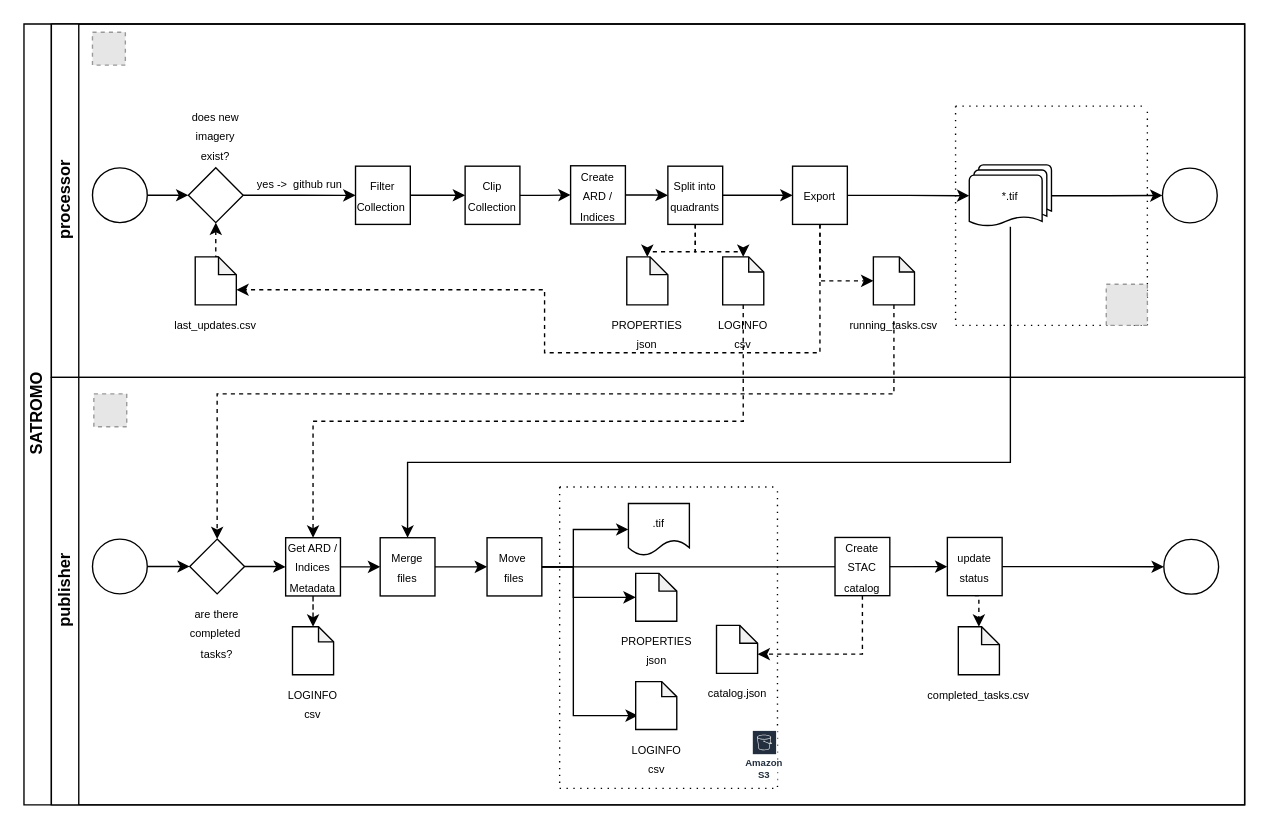
Earlier version of the draw.io diagram satromo_processor.drawio (swisstopo/topo-satromo). Source tidied: cells renumbered, new cells numbered last; positions are measured from the earlier drawing's top-left corner, leaving out a move shared by most shapes. Both pictures are drawn from the tidied source at 137%, with x=0, y=0 at pixel (23, 23). Pictures stored in the file or linked from it are replaced by grey dashed boxes.
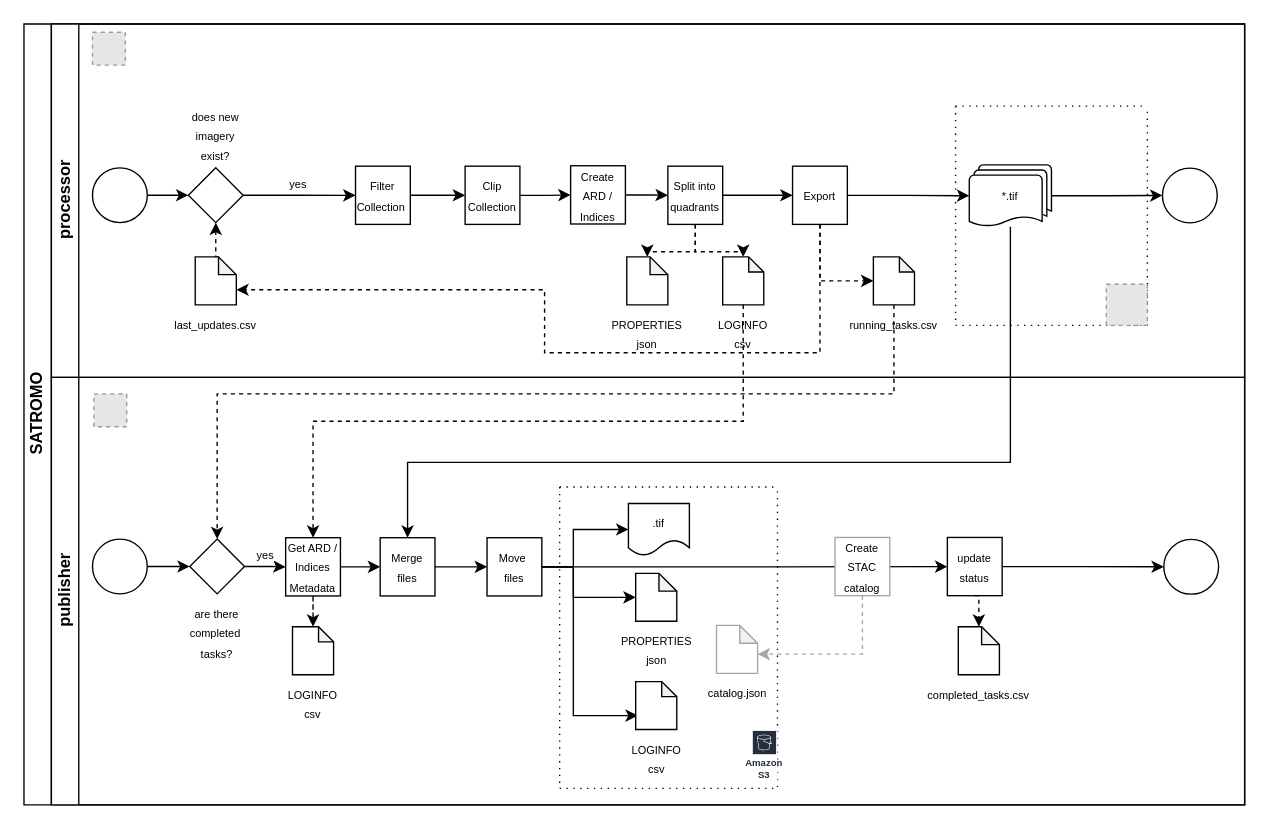
After the change.

The change refers to these unchanged cells:
```xml
<mxCell id="3" value="processor" style="swimlane;html=1;startSize=20;horizontal=0;" parent="2" vertex="1">
  <mxGeometry x="20" width="871" height="258" as="geometry" />
</mxCell>
<mxCell id="8" value="&lt;font style=&quot;font-size: 8px;&quot;&gt;does&amp;nbsp;new imagery exist?&lt;/font&gt;" style="rhombus;whiteSpace=wrap;html=1;fontFamily=Helvetica;fontSize=12;fontColor=#000000;align=center;verticalAlign=bottom;labelPosition=center;verticalLabelPosition=top;" parent="3" vertex="1">
  <mxGeometry x="100" y="105" width="40" height="40" as="geometry" />
</mxCell>
<mxCell id="9" value="&lt;font style=&quot;font-size: 8px;&quot;&gt;Filter Collection&amp;nbsp;&lt;/font&gt;" style="rounded=0;whiteSpace=wrap;html=1;fontFamily=Helvetica;fontSize=12;fontColor=#000000;align=center;" parent="3" vertex="1">
  <mxGeometry x="222" y="103.8" width="40" height="42.5" as="geometry" />
</mxCell>
<mxCell id="31" value="publisher" style="swimlane;html=1;startSize=20;horizontal=0;" parent="2" vertex="1">
  <mxGeometry x="20" y="258" width="871" height="312" as="geometry" />
</mxCell>
<mxCell id="35" value="&lt;span style=&quot;font-size: 8px;&quot;&gt;are there completed&amp;nbsp; tasks?&lt;/span&gt;" style="rhombus;whiteSpace=wrap;html=1;fontFamily=Helvetica;fontSize=12;fontColor=#000000;align=center;verticalAlign=top;labelPosition=center;verticalLabelPosition=bottom;" parent="31" vertex="1">
  <mxGeometry x="101" y="118" width="40" height="40" as="geometry" />
</mxCell>
<mxCell id="37" value="&lt;font style=&quot;font-size: 8px;&quot;&gt;Get ARD / Indices Metadata&lt;/font&gt;" style="rounded=0;whiteSpace=wrap;html=1;fontFamily=Helvetica;fontSize=12;fontColor=#000000;align=center;" parent="31" vertex="1">
  <mxGeometry x="171" y="117" width="40" height="42.5" as="geometry" />
</mxCell>
<mxCell id="44" style="swimlane;startSize=0;dashed=1;dashPattern=1 4;" parent="31" vertex="1">
  <mxGeometry x="371" y="80" width="159" height="220" as="geometry" />
</mxCell>
```

What changed in the source:
```diff
@@
-    <mxCell id="7" value="yes -&amp;gt;&amp;nbsp; github run" style="edgeStyle=orthogonalEdgeStyle;rounded=0;jettySize=auto;html=1;exitX=1;exitY=0.5;exitDx=0;exitDy=0;labelPosition=center;verticalLabelPosition=top;align=center;verticalAlign=bottom;fontSize=8;" parent="3" edge="1" source="8" target="9">
+    <mxCell id="7" value="yes&amp;nbsp;" style="edgeStyle=orthogonalEdgeStyle;rounded=0;jettySize=auto;html=1;exitX=1;exitY=0.5;exitDx=0;exitDy=0;labelPosition=center;verticalLabelPosition=top;align=center;verticalAlign=bottom;fontSize=8;" parent="3" edge="1" source="8" target="9">
       <mxGeometry relative="1" as="geometry" />
     </mxCell>
@@
-    <mxCell id="34" style="edgeStyle=orthogonalEdgeStyle;rounded=0;jettySize=auto;html=1;exitX=1;exitY=0.5;exitDx=0;exitDy=0;" parent="31" edge="1" source="35" target="37">
+    <mxCell id="34" value="&lt;font style=&quot;font-size: 8px;&quot;&gt;yes&lt;/font&gt;" style="edgeStyle=orthogonalEdgeStyle;rounded=0;jettySize=auto;html=1;exitX=1;exitY=0.5;exitDx=0;exitDy=0;labelPosition=center;verticalLabelPosition=top;align=center;verticalAlign=bottom;fontSize=8;" parent="31" edge="1" source="35" target="37">
       <mxGeometry relative="1" as="geometry" />
     </mxCell>
@@
-    <mxCell id="49" value="&lt;font style=&quot;font-size: 8px;&quot;&gt;catalog.json&lt;/font&gt;" style="shape=note;whiteSpace=wrap;html=1;backgroundOutline=1;darkOpacity=0.05;size=13;labelPosition=center;verticalLabelPosition=bottom;align=center;verticalAlign=top;" parent="44" vertex="1">
+    <mxCell id="49" value="&lt;font style=&quot;font-size: 8px;&quot;&gt;catalog.json&lt;/font&gt;" style="shape=note;whiteSpace=wrap;html=1;backgroundOutline=1;darkOpacity=0.05;size=13;labelPosition=center;verticalLabelPosition=bottom;align=center;verticalAlign=top;strokeColor=#a6a6a6;" parent="44" vertex="1">
       <mxGeometry x="114.5" y="101" width="30" height="35" as="geometry" />
     </mxCell>
@@
-    <mxCell id="64" style="edgeStyle=orthogonalEdgeStyle;rounded=0;jettySize=auto;html=1;dashed=1;" parent="1" edge="1" target="49">
+    <mxCell id="64" style="edgeStyle=orthogonalEdgeStyle;rounded=0;jettySize=auto;html=1;dashed=1;strokeColor=#a6a6a6;" parent="1" edge="1" target="49">
       <mxGeometry relative="1" as="geometry">
         <mxPoint x="612" y="417.2" as="sourcePoint" />
         <Array as="points">
           <mxPoint x="612" y="460" />
         </Array>
       </mxGeometry>
     </mxCell>
-    <mxCell id="65" value="&lt;font style=&quot;font-size: 8px;&quot;&gt;Create STAC catalog&lt;br&gt;&lt;/font&gt;" style="rounded=0;whiteSpace=wrap;html=1;fontFamily=Helvetica;fontSize=12;fontColor=#000000;align=center;" parent="1" vertex="1">
+    <mxCell id="65" value="&lt;font style=&quot;font-size: 8px;&quot;&gt;Create STAC catalog&lt;br&gt;&lt;/font&gt;" style="rounded=0;whiteSpace=wrap;html=1;fontFamily=Helvetica;fontSize=12;fontColor=#000000;align=center;strokeColor=#a6a6a6;" parent="1" vertex="1">
       <mxGeometry x="592" y="374.8" width="40" height="42.5" as="geometry" />
     </mxCell>
```
